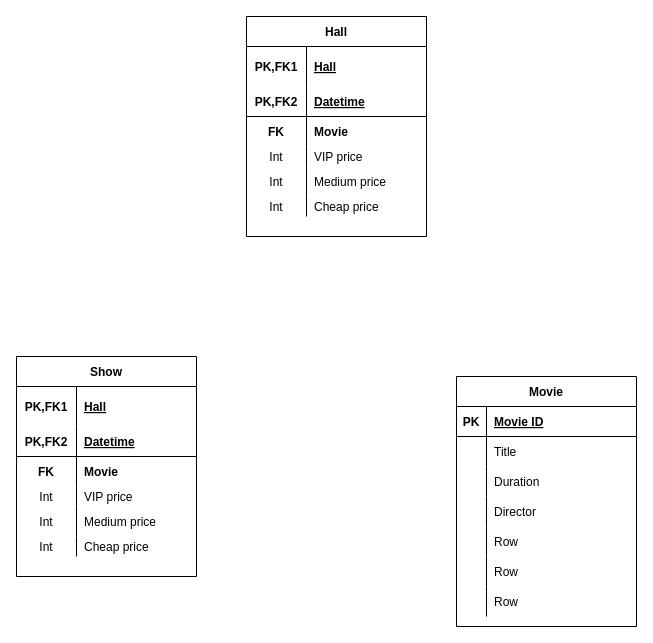
Before: description/db.drawio in pointuseless/kinocms, a draw.io diagram. Source tidied: cells renumbered, new cells numbered last; positions are measured from the earlier drawing's top-left corner, leaving out a move shared by most shapes. Both pictures are drawn from the tidied source at 100%, with x=0, y=0 at pixel (16, 16).
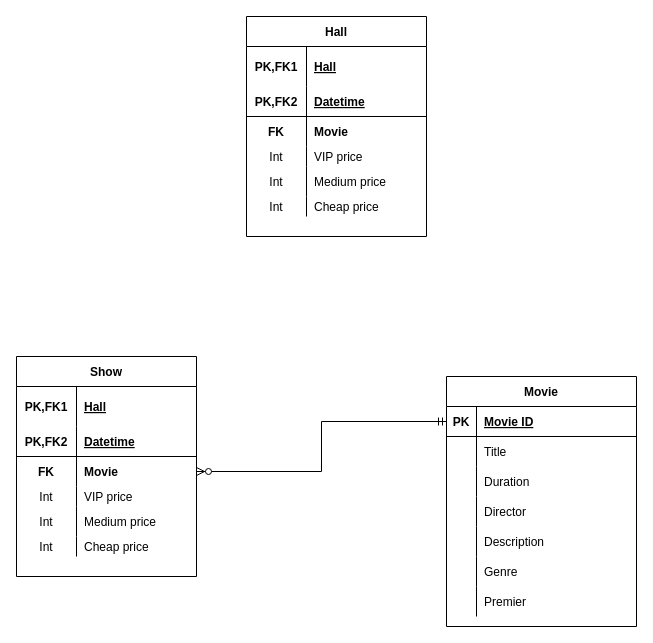
Above is the later version.

Unchanged cells that the change refers to:
```xml
<mxCell id="9" style="shape=partialRectangle;fillColor=none;top=0;left=0;bottom=0;right=0;points=[[0,0.5],[1,0.5]];portConstraint=eastwest;" parent="2" vertex="1">
  <mxGeometry y="100" width="180" height="30" as="geometry" />
</mxCell>
```

What changed in the source:
```diff
@@
     <mxCell id="40" value="Movie" style="shape=table;startSize=30;childLayout=tableLayout;rowLines=0;fontStyle=1;align=center;" parent="1" vertex="1">
-      <mxGeometry x="440" y="360" width="180" height="250" as="geometry" />
+      <mxGeometry x="430" y="360" width="190" height="250" as="geometry" />
     </mxCell>
     <mxCell id="41" style="shape=partialRectangle;fillColor=none;top=0;left=0;bottom=1;right=0;points=[[0,0.5],[1,0.5]];portConstraint=eastwest;" parent="40" vertex="1">
-      <mxGeometry y="30" width="180" height="30" as="geometry" />
+      <mxGeometry y="30" width="190" height="30" as="geometry" />
     </mxCell>
@@
     <mxCell id="43" value="Movie ID" style="shape=partialRectangle;fillColor=none;top=0;left=0;bottom=0;right=0;align=left;spacingLeft=6;fontStyle=5;overflow=hidden;" parent="41" vertex="1">
-      <mxGeometry x="30" width="150" height="30" as="geometry" />
+      <mxGeometry x="30" width="160" height="30" as="geometry" />
     </mxCell>
     <mxCell id="44" style="shape=partialRectangle;fillColor=none;top=0;left=0;bottom=0;right=0;" parent="40" vertex="1">
-      <mxGeometry y="60" width="180" height="30" as="geometry" />
+      <mxGeometry y="60" width="190" height="30" as="geometry" />
     </mxCell>
@@
     <mxCell id="46" value="Title" style="shape=partialRectangle;fillColor=none;top=0;left=0;bottom=0;right=0;align=left;spacingLeft=6;overflow=hidden;" parent="44" vertex="1">
-      <mxGeometry x="30" width="150" height="30" as="geometry" />
+      <mxGeometry x="30" width="160" height="30" as="geometry" />
     </mxCell>
     <mxCell id="47" style="shape=partialRectangle;fillColor=none;top=0;left=0;bottom=0;right=0;" parent="40" vertex="1">
-      <mxGeometry y="90" width="180" height="30" as="geometry" />
+      <mxGeometry y="90" width="190" height="30" as="geometry" />
     </mxCell>
@@
     <mxCell id="49" value="Duration" style="shape=partialRectangle;fillColor=none;top=0;left=0;bottom=0;right=0;align=left;spacingLeft=6;overflow=hidden;" parent="47" vertex="1">
-      <mxGeometry x="30" width="150" height="30" as="geometry" />
+      <mxGeometry x="30" width="160" height="30" as="geometry" />
     </mxCell>
     <mxCell id="50" style="shape=partialRectangle;fillColor=none;top=0;left=0;bottom=0;right=0;" parent="40" vertex="1">
-      <mxGeometry y="120" width="180" height="30" as="geometry" />
+      <mxGeometry y="120" width="190" height="30" as="geometry" />
     </mxCell>
@@
     <mxCell id="52" value="Director" style="shape=partialRectangle;fillColor=none;top=0;left=0;bottom=0;right=0;align=left;spacingLeft=6;overflow=hidden;" parent="50" vertex="1">
-      <mxGeometry x="30" width="150" height="30" as="geometry" />
+      <mxGeometry x="30" width="160" height="30" as="geometry" />
     </mxCell>
     <mxCell id="53" style="shape=partialRectangle;fillColor=none;top=0;left=0;bottom=0;right=0;" parent="40" vertex="1">
-      <mxGeometry y="150" width="180" height="30" as="geometry" />
+      <mxGeometry y="150" width="190" height="30" as="geometry" />
     </mxCell>
@@
-    <mxCell id="55" value="Row" style="shape=partialRectangle;fillColor=none;top=0;left=0;bottom=0;right=0;align=left;spacingLeft=6;overflow=hidden;" parent="53" vertex="1">
-      <mxGeometry x="30" width="150" height="30" as="geometry" />
+    <mxCell id="55" value="Description" style="shape=partialRectangle;fillColor=none;top=0;left=0;bottom=0;right=0;align=left;spacingLeft=6;overflow=hidden;" parent="53" vertex="1">
+      <mxGeometry x="30" width="160" height="30" as="geometry" />
     </mxCell>
     <mxCell id="56" style="shape=partialRectangle;fillColor=none;top=0;left=0;bottom=0;right=0;" parent="40" vertex="1">
-      <mxGeometry y="180" width="180" height="30" as="geometry" />
+      <mxGeometry y="180" width="190" height="30" as="geometry" />
     </mxCell>
@@
-    <mxCell id="58" value="Row" style="shape=partialRectangle;fillColor=none;top=0;left=0;bottom=0;right=0;align=left;spacingLeft=6;overflow=hidden;" parent="56" vertex="1">
-      <mxGeometry x="30" width="150" height="30" as="geometry" />
+    <mxCell id="58" value="Genre" style="shape=partialRectangle;fillColor=none;top=0;left=0;bottom=0;right=0;align=left;spacingLeft=6;overflow=hidden;" parent="56" vertex="1">
+      <mxGeometry x="30" width="160" height="30" as="geometry" />
     </mxCell>
-    <mxCell id="59" style="shape=partialRectangle;fillColor=none;top=0;left=0;bottom=0;right=0;" parent="40" vertex="1">
-      <mxGeometry y="210" width="180" height="30" as="geometry" />
-    </mxCell>
+    <mxCell id="62" style="shape=partialRectangle;fillColor=none;top=0;left=0;bottom=0;right=0;" parent="40" vertex="1">
+      <mxGeometry y="210" width="190" height="30" as="geometry" />
+    </mxCell>
-    <mxCell id="60" style="shape=partialRectangle;fillColor=none;top=0;left=0;bottom=0;right=0;overflow=hidden;" parent="59" vertex="1">
+    <mxCell id="60" style="shape=partialRectangle;fillColor=none;top=0;left=0;bottom=0;right=0;overflow=hidden;" parent="62" vertex="1">
       <mxGeometry width="30" height="30" as="geometry" />
     </mxCell>
-    <mxCell id="61" value="Row" style="shape=partialRectangle;fillColor=none;top=0;left=0;bottom=0;right=0;align=left;spacingLeft=6;overflow=hidden;" parent="59" vertex="1">
-      <mxGeometry x="30" width="150" height="30" as="geometry" />
-    </mxCell>
+    <mxCell id="63" value="Premier" style="shape=partialRectangle;fillColor=none;top=0;left=0;bottom=0;right=0;align=left;spacingLeft=6;overflow=hidden;" parent="62" vertex="1">
+      <mxGeometry x="30" width="160" height="30" as="geometry" />
+    </mxCell>
+    <mxCell id="64" style="edgeStyle=orthogonalEdgeStyle;rounded=0;jettySize=auto;html=1;exitX=1;exitY=0.5;exitDx=0;exitDy=0;entryX=0;entryY=0.5;entryDx=0;entryDy=0;endArrow=ERmandOne;endFill=0;startArrow=ERzeroToMany;startFill=1;" parent="1" edge="1" source="9" target="41">
+      <mxGeometry relative="1" as="geometry" />
+    </mxCell>
```
